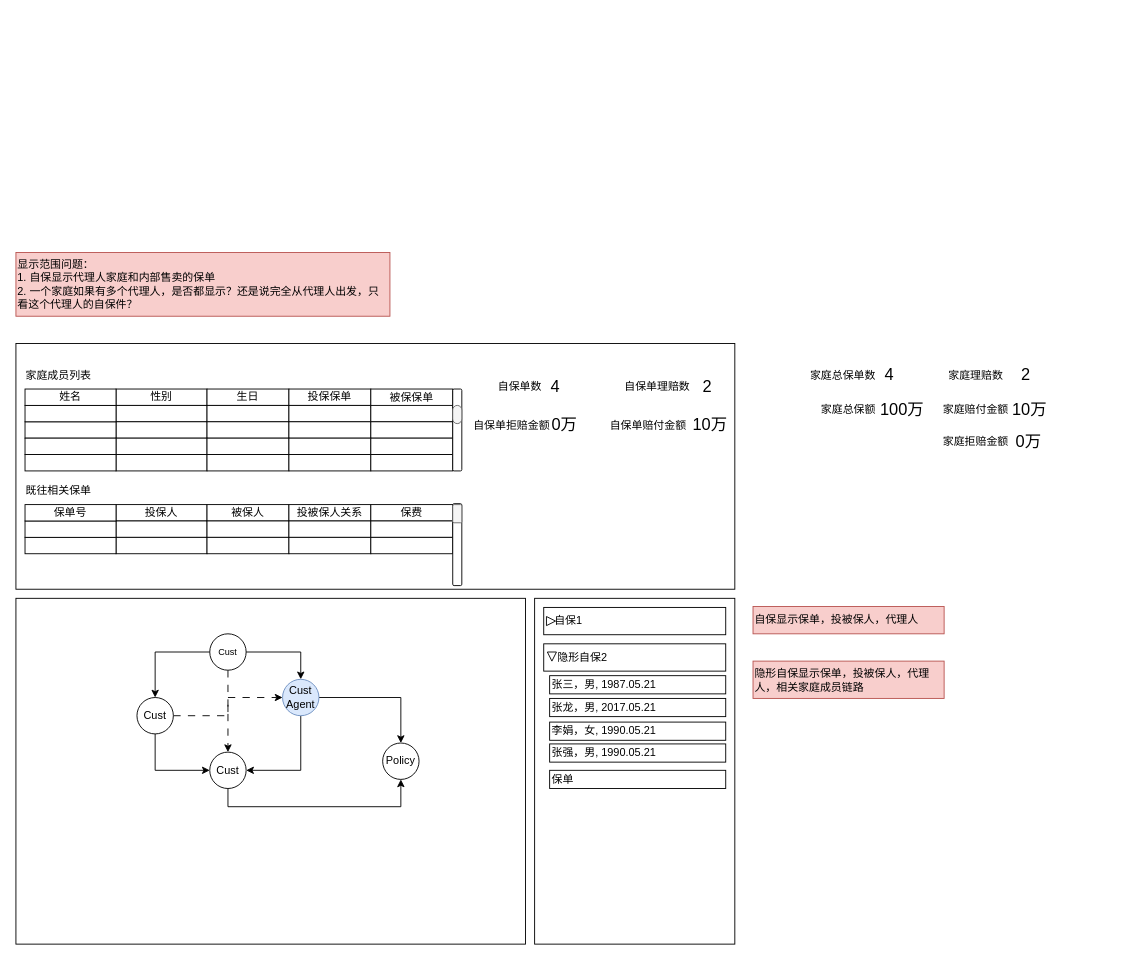
Before: page "紧密客群-自保" (6 of 8) of 友邦/ux.drawio in XiaoLiuAI/diagrams, a draw.io diagram. Source tidied: cells renumbered, new cells numbered last; positions are measured from the earlier drawing's top-left corner, leaving out a move shared by most shapes. Both pictures are drawn from the tidied source at 91%, with x=0, y=0 at pixel (15, 252).
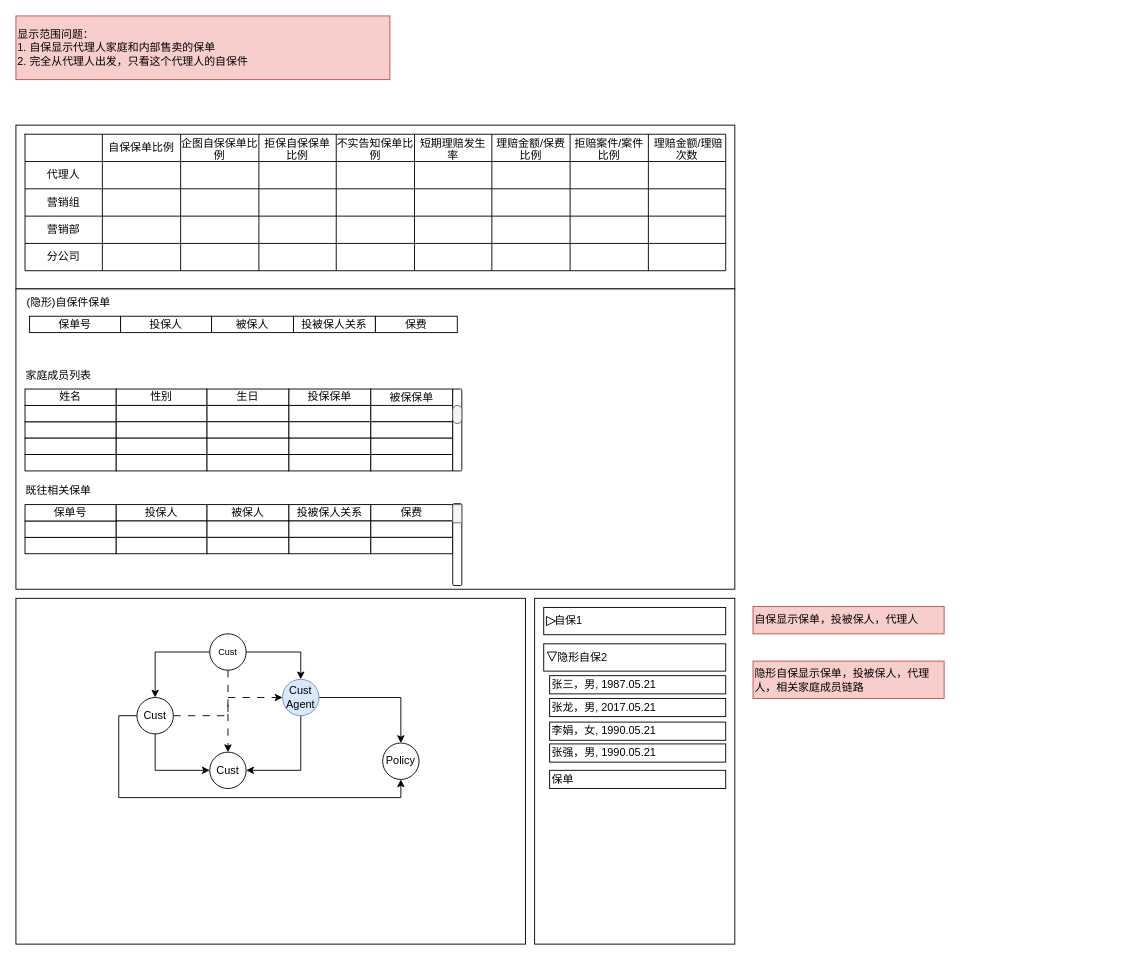
After the change.

The change refers to these unchanged cells:
```xml
<mxCell id="9" value="Cust" style="ellipse;whiteSpace=wrap;html=1;" parent="1" vertex="1">
  <mxGeometry x="133" y="489" width="40" height="40" as="geometry" />
</mxCell>
<mxCell id="23" value="Cust" style="ellipse;whiteSpace=wrap;html=1;" parent="1" vertex="1">
  <mxGeometry x="213" y="549" width="40" height="40" as="geometry" />
</mxCell>
<mxCell id="24" value="Policy" style="ellipse;whiteSpace=wrap;html=1;" parent="1" vertex="1">
  <mxGeometry x="403" y="539" width="40" height="40" as="geometry" />
</mxCell>
```

Diff of the diagram source:
```diff
@@
+    <mxCell id="102" style="rounded=0;whiteSpace=wrap;html=1;" parent="1" vertex="1">
+      <mxGeometry y="-140" width="790" height="180" as="geometry" />
+    </mxCell>
@@
-    <mxCell id="22" style="edgeStyle=orthogonalEdgeStyle;rounded=0;jettySize=auto;html=1;exitX=0.5;exitY=1;exitDx=0;exitDy=0;entryX=0.5;entryY=1;entryDx=0;entryDy=0;" parent="1" edge="1" source="23" target="24">
+    <mxCell id="22" style="edgeStyle=orthogonalEdgeStyle;rounded=0;jettySize=auto;html=1;exitX=0;exitY=0.5;exitDx=0;exitDy=0;entryX=0.5;entryY=1;entryDx=0;entryDy=0;" parent="1" edge="1" source="9" target="24">
       <mxGeometry relative="1" as="geometry" />
     </mxCell>
@@
     <mxCell id="25" style="rounded=0;whiteSpace=wrap;html=1;" parent="1" vertex="1">
-      <mxGeometry y="100" width="790" height="270" as="geometry" />
+      <mxGeometry y="40" width="790" height="330" as="geometry" />
     </mxCell>
@@
-    <mxCell id="66" value="家庭总保单数" style="text;html=1;strokeColor=none;fillColor=none;align=right;verticalAlign=middle;whiteSpace=wrap;rounded=0;" parent="1" vertex="1">
-      <mxGeometry x="856.5" y="120" width="90" height="30" as="geometry" />
-    </mxCell>
-    <mxCell id="67" value="&lt;font style=&quot;font-size: 18px;&quot;&gt;4&lt;/font&gt;" style="text;html=1;strokeColor=none;fillColor=none;align=center;verticalAlign=middle;whiteSpace=wrap;rounded=0;" parent="1" vertex="1">
-      <mxGeometry x="930" y="120" width="60" height="30" as="geometry" />
-    </mxCell>
-    <mxCell id="68" value="家庭总保额" style="text;html=1;strokeColor=none;fillColor=none;align=right;verticalAlign=middle;whiteSpace=wrap;rounded=0;" parent="1" vertex="1">
-      <mxGeometry x="856.5" y="158" width="90" height="30" as="geometry" />
-    </mxCell>
-    <mxCell id="69" value="&lt;font style=&quot;font-size: 18px;&quot;&gt;100万&lt;/font&gt;" style="text;html=1;strokeColor=none;fillColor=none;align=center;verticalAlign=middle;whiteSpace=wrap;rounded=0;" parent="1" vertex="1">
-      <mxGeometry x="944" y="158" width="60" height="30" as="geometry" />
-    </mxCell>
-    <mxCell id="70" value="家庭理赔数" style="text;html=1;strokeColor=none;fillColor=none;align=center;verticalAlign=middle;whiteSpace=wrap;rounded=0;" parent="1" vertex="1">
-      <mxGeometry x="1010" y="120" width="90" height="30" as="geometry" />
-    </mxCell>
-    <mxCell id="71" value="&lt;font style=&quot;font-size: 18px;&quot;&gt;2&lt;/font&gt;" style="text;html=1;strokeColor=none;fillColor=none;align=center;verticalAlign=middle;whiteSpace=wrap;rounded=0;" parent="1" vertex="1">
-      <mxGeometry x="1080" y="120" width="60" height="30" as="geometry" />
-    </mxCell>
-    <mxCell id="72" value="家庭赔付金额" style="text;html=1;strokeColor=none;fillColor=none;align=center;verticalAlign=middle;whiteSpace=wrap;rounded=0;" parent="1" vertex="1">
-      <mxGeometry x="1010" y="158" width="90" height="30" as="geometry" />
-    </mxCell>
-    <mxCell id="73" value="&lt;font style=&quot;font-size: 18px;&quot;&gt;10万&lt;/font&gt;" style="text;html=1;strokeColor=none;fillColor=none;align=center;verticalAlign=middle;whiteSpace=wrap;rounded=0;" parent="1" vertex="1">
-      <mxGeometry x="1084" y="158" width="60" height="30" as="geometry" />
-    </mxCell>
-    <mxCell id="74" value="家庭拒赔金额" style="text;html=1;strokeColor=none;fillColor=none;align=center;verticalAlign=middle;whiteSpace=wrap;rounded=0;" parent="1" vertex="1">
-      <mxGeometry x="1010" y="193" width="90" height="30" as="geometry" />
-    </mxCell>
-    <mxCell id="75" value="&lt;font style=&quot;font-size: 18px;&quot;&gt;0万&lt;/font&gt;" style="text;html=1;strokeColor=none;fillColor=none;align=center;verticalAlign=middle;whiteSpace=wrap;rounded=0;" parent="1" vertex="1">
-      <mxGeometry x="1083" y="193" width="60" height="30" as="geometry" />
-    </mxCell>
@@
-    <mxCell id="89" value="显示范围问题：&lt;br&gt;1. 自保显示代理人家庭和内部售卖的保单&lt;br&gt;2. 一个家庭如果有多个代理人，是否都显示？还是说完全从代理人出发，只看这个代理人的自保件？" style="text;html=1;strokeColor=#b85450;fillColor=#f8cecc;align=left;verticalAlign=middle;whiteSpace=wrap;rounded=0;" parent="1" vertex="1">
-      <mxGeometry width="411" height="70" as="geometry" />
+    <mxCell id="89" value="显示范围问题：&lt;br&gt;1. 自保显示代理人家庭和内部售卖的保单&lt;br&gt;2. 完全从代理人出发，只看这个代理人的自保件" style="text;html=1;strokeColor=#b85450;fillColor=#f8cecc;align=left;verticalAlign=middle;whiteSpace=wrap;rounded=0;" parent="1" vertex="1">
+      <mxGeometry y="-260" width="411" height="70" as="geometry" />
     </mxCell>
@@
-    <mxCell id="94" value="自保单数" style="text;html=1;strokeColor=none;fillColor=none;align=right;verticalAlign=middle;whiteSpace=wrap;rounded=0;" parent="1" vertex="1">
-      <mxGeometry x="490" y="132.5" width="90" height="30" as="geometry" />
-    </mxCell>
-    <mxCell id="95" value="&lt;font style=&quot;font-size: 18px;&quot;&gt;4&lt;/font&gt;" style="text;html=1;strokeColor=none;fillColor=none;align=center;verticalAlign=middle;whiteSpace=wrap;rounded=0;" parent="1" vertex="1">
-      <mxGeometry x="562.5" y="132.5" width="60" height="30" as="geometry" />
-    </mxCell>
-    <mxCell id="96" value="自保单理赔数" style="text;html=1;strokeColor=none;fillColor=none;align=center;verticalAlign=middle;whiteSpace=wrap;rounded=0;" parent="1" vertex="1">
-      <mxGeometry x="660" y="132.5" width="90" height="30" as="geometry" />
-    </mxCell>
-    <mxCell id="97" value="&lt;font style=&quot;font-size: 18px;&quot;&gt;2&lt;/font&gt;" style="text;html=1;strokeColor=none;fillColor=none;align=center;verticalAlign=middle;whiteSpace=wrap;rounded=0;" parent="1" vertex="1">
-      <mxGeometry x="730" y="132.5" width="60" height="30" as="geometry" />
-    </mxCell>
-    <mxCell id="98" value="自保单赔付金额" style="text;html=1;strokeColor=none;fillColor=none;align=center;verticalAlign=middle;whiteSpace=wrap;rounded=0;" parent="1" vertex="1">
-      <mxGeometry x="649.5" y="175" width="90" height="30" as="geometry" />
-    </mxCell>
-    <mxCell id="99" value="&lt;font style=&quot;font-size: 18px;&quot;&gt;10万&lt;/font&gt;" style="text;html=1;strokeColor=none;fillColor=none;align=center;verticalAlign=middle;whiteSpace=wrap;rounded=0;" parent="1" vertex="1">
-      <mxGeometry x="732.5" y="175" width="60" height="30" as="geometry" />
-    </mxCell>
-    <mxCell id="100" value="自保单拒赔金额" style="text;html=1;strokeColor=none;fillColor=none;align=center;verticalAlign=middle;whiteSpace=wrap;rounded=0;" parent="1" vertex="1">
-      <mxGeometry x="500" y="175" width="90" height="30" as="geometry" />
-    </mxCell>
-    <mxCell id="101" value="&lt;font style=&quot;font-size: 18px;&quot;&gt;0万&lt;/font&gt;" style="text;html=1;strokeColor=none;fillColor=none;align=center;verticalAlign=middle;whiteSpace=wrap;rounded=0;" parent="1" vertex="1">
-      <mxGeometry x="573" y="175" width="60" height="30" as="geometry" />
-    </mxCell>
+    <mxCell id="103" value="(隐形)自保件保单" style="text;html=1;strokeColor=none;fillColor=none;align=left;verticalAlign=middle;whiteSpace=wrap;rounded=0;" parent="1" vertex="1">
+      <mxGeometry x="10" y="40" width="100" height="30" as="geometry" />
+    </mxCell>
+    <mxCell id="104" value="投保人" style="rounded=0;whiteSpace=wrap;html=1;" parent="1" vertex="1">
+      <mxGeometry x="115" y="70" width="100" height="18" as="geometry" />
+    </mxCell>
+    <mxCell id="105" value="保单号" style="rounded=0;whiteSpace=wrap;html=1;" parent="1" vertex="1">
+      <mxGeometry x="15" y="70" width="100" height="18" as="geometry" />
+    </mxCell>
+    <mxCell id="106" value="被保人" style="rounded=0;whiteSpace=wrap;html=1;" parent="1" vertex="1">
+      <mxGeometry x="215" y="70" width="90" height="18" as="geometry" />
+    </mxCell>
+    <mxCell id="107" value="投被保人关系" style="rounded=0;whiteSpace=wrap;html=1;" parent="1" vertex="1">
+      <mxGeometry x="305" y="70" width="90" height="18" as="geometry" />
+    </mxCell>
+    <mxCell id="108" value="保费" style="rounded=0;whiteSpace=wrap;html=1;" parent="1" vertex="1">
+      <mxGeometry x="395" y="70" width="90" height="18" as="geometry" />
+    </mxCell>
+    <mxCell id="109" value="&lt;br&gt;&lt;br&gt;&lt;br&gt;&lt;br&gt;&lt;br&gt;&lt;br&gt;&lt;br&gt;" style="text;whiteSpace=wrap;html=1;align=left;" parent="1" vertex="1">
+      <mxGeometry x="1010" y="-190" width="190" height="190" as="geometry" />
+    </mxCell>
+    <mxCell id="110" style="shape=table;startSize=0;childLayout=tableLayout;" parent="1" vertex="1">
+      <mxGeometry x="10" y="-130" width="770" height="150" as="geometry" />
+    </mxCell>
+    <mxCell id="111" style="shape=tableRow;horizontal=0;startSize=0;swimlaneHead=0;swimlaneBody=0;strokeColor=inherit;top=0;left=0;bottom=0;right=0;fillColor=none;" parent="110" vertex="1">
+      <mxGeometry width="770" height="30" as="geometry" />
+    </mxCell>
+    <mxCell id="112" style="shape=partialRectangle;html=1;whiteSpace=wrap;strokeColor=inherit;overflow=hidden;fillColor=none;top=0;left=0;bottom=0;right=0;" parent="111" vertex="1">
+      <mxGeometry width="85" height="30" as="geometry" />
+    </mxCell>
+    <mxCell id="113" value="自保保单比例" style="shape=partialRectangle;html=1;whiteSpace=wrap;strokeColor=inherit;overflow=hidden;fillColor=none;top=0;left=0;bottom=0;right=0;" parent="111" vertex="1">
+      <mxGeometry x="85" width="86" height="30" as="geometry" />
+    </mxCell>
+    <mxCell id="114" value="企图自保保单比例" style="shape=partialRectangle;html=1;whiteSpace=wrap;strokeColor=inherit;overflow=hidden;fillColor=none;top=0;left=0;bottom=0;right=0;" parent="111" vertex="1">
+      <mxGeometry x="171" width="86" height="30" as="geometry" />
+    </mxCell>
+    <mxCell id="115" value="拒保自保保单比例" style="shape=partialRectangle;html=1;whiteSpace=wrap;strokeColor=inherit;overflow=hidden;fillColor=none;top=0;left=0;bottom=0;right=0;" parent="111" vertex="1">
+      <mxGeometry x="257" width="85" height="30" as="geometry" />
+    </mxCell>
+    <mxCell id="116" value="不实告知保单比例" style="shape=partialRectangle;html=1;whiteSpace=wrap;strokeColor=inherit;overflow=hidden;fillColor=none;top=0;left=0;bottom=0;right=0;" parent="111" vertex="1">
+      <mxGeometry x="342" width="86" height="30" as="geometry" />
+    </mxCell>
+    <mxCell id="117" value="短期理赔发生率" style="shape=partialRectangle;html=1;whiteSpace=wrap;strokeColor=inherit;overflow=hidden;fillColor=none;top=0;left=0;bottom=0;right=0;" parent="111" vertex="1">
+      <mxGeometry x="428" width="85" height="30" as="geometry" />
+    </mxCell>
+    <mxCell id="118" value="理赔金额/保费比例" style="shape=partialRectangle;html=1;whiteSpace=wrap;strokeColor=inherit;overflow=hidden;fillColor=none;top=0;left=0;bottom=0;right=0;" parent="111" vertex="1">
+      <mxGeometry x="513" width="86" height="30" as="geometry" />
+    </mxCell>
+    <mxCell id="119" value="拒赔案件/案件比例" style="shape=partialRectangle;html=1;whiteSpace=wrap;strokeColor=inherit;overflow=hidden;fillColor=none;top=0;left=0;bottom=0;right=0;" parent="111" vertex="1">
+      <mxGeometry x="599" width="86" height="30" as="geometry" />
+    </mxCell>
+    <mxCell id="120" value="&amp;nbsp;理赔金额/理赔次数" style="shape=partialRectangle;html=1;whiteSpace=wrap;strokeColor=inherit;overflow=hidden;fillColor=none;top=0;left=0;bottom=0;right=0;" parent="111" vertex="1">
+      <mxGeometry x="685" width="85" height="30" as="geometry" />
+    </mxCell>
+    <mxCell id="121" style="shape=tableRow;horizontal=0;startSize=0;swimlaneHead=0;swimlaneBody=0;strokeColor=inherit;top=0;left=0;bottom=0;right=0;fillColor=none;" parent="110" vertex="1">
+      <mxGeometry y="30" width="770" height="30" as="geometry" />
+    </mxCell>
+    <mxCell id="122" value="代理人" style="shape=partialRectangle;html=1;whiteSpace=wrap;strokeColor=inherit;overflow=hidden;fillColor=none;top=0;left=0;bottom=0;right=0;" parent="121" vertex="1">
+      <mxGeometry width="85" height="30" as="geometry" />
+    </mxCell>
+    <mxCell id="123" style="shape=partialRectangle;html=1;whiteSpace=wrap;strokeColor=inherit;overflow=hidden;fillColor=none;top=0;left=0;bottom=0;right=0;" parent="121" vertex="1">
+      <mxGeometry x="85" width="86" height="30" as="geometry" />
+    </mxCell>
+    <mxCell id="124" style="shape=partialRectangle;html=1;whiteSpace=wrap;strokeColor=inherit;overflow=hidden;fillColor=none;top=0;left=0;bottom=0;right=0;" parent="121" vertex="1">
+      <mxGeometry x="171" width="86" height="30" as="geometry" />
+    </mxCell>
+    <mxCell id="125" style="shape=partialRectangle;html=1;whiteSpace=wrap;strokeColor=inherit;overflow=hidden;fillColor=none;top=0;left=0;bottom=0;right=0;" parent="121" vertex="1">
+      <mxGeometry x="257" width="85" height="30" as="geometry" />
+    </mxCell>
+    <mxCell id="126" style="shape=partialRectangle;html=1;whiteSpace=wrap;strokeColor=inherit;overflow=hidden;fillColor=none;top=0;left=0;bottom=0;right=0;" parent="121" vertex="1">
+      <mxGeometry x="342" width="86" height="30" as="geometry" />
+    </mxCell>
+    <mxCell id="127" style="shape=partialRectangle;html=1;whiteSpace=wrap;strokeColor=inherit;overflow=hidden;fillColor=none;top=0;left=0;bottom=0;right=0;" parent="121" vertex="1">
+      <mxGeometry x="428" width="85" height="30" as="geometry" />
+    </mxCell>
+    <mxCell id="128" style="shape=partialRectangle;html=1;whiteSpace=wrap;strokeColor=inherit;overflow=hidden;fillColor=none;top=0;left=0;bottom=0;right=0;" parent="121" vertex="1">
+      <mxGeometry x="513" width="86" height="30" as="geometry" />
+    </mxCell>
+    <mxCell id="129" style="shape=partialRectangle;html=1;whiteSpace=wrap;strokeColor=inherit;overflow=hidden;fillColor=none;top=0;left=0;bottom=0;right=0;" parent="121" vertex="1">
+      <mxGeometry x="599" width="86" height="30" as="geometry" />
+    </mxCell>
+    <mxCell id="130" style="shape=partialRectangle;html=1;whiteSpace=wrap;strokeColor=inherit;overflow=hidden;fillColor=none;top=0;left=0;bottom=0;right=0;" parent="121" vertex="1">
+      <mxGeometry x="685" width="85" height="30" as="geometry" />
+    </mxCell>
+    <mxCell id="131" style="shape=tableRow;horizontal=0;startSize=0;swimlaneHead=0;swimlaneBody=0;strokeColor=inherit;top=0;left=0;bottom=0;right=0;fillColor=none;" parent="110" vertex="1">
+      <mxGeometry y="60" width="770" height="30" as="geometry" />
+    </mxCell>
+    <mxCell id="132" value="营销组" style="shape=partialRectangle;html=1;whiteSpace=wrap;strokeColor=inherit;overflow=hidden;fillColor=none;top=0;left=0;bottom=0;right=0;" parent="131" vertex="1">
+      <mxGeometry width="85" height="30" as="geometry" />
+    </mxCell>
+    <mxCell id="133" style="shape=partialRectangle;html=1;whiteSpace=wrap;strokeColor=inherit;overflow=hidden;fillColor=none;top=0;left=0;bottom=0;right=0;" parent="131" vertex="1">
+      <mxGeometry x="85" width="86" height="30" as="geometry" />
+    </mxCell>
+    <mxCell id="134" style="shape=partialRectangle;html=1;whiteSpace=wrap;strokeColor=inherit;overflow=hidden;fillColor=none;top=0;left=0;bottom=0;right=0;" parent="131" vertex="1">
+      <mxGeometry x="171" width="86" height="30" as="geometry" />
+    </mxCell>
+    <mxCell id="135" style="shape=partialRectangle;html=1;whiteSpace=wrap;strokeColor=inherit;overflow=hidden;fillColor=none;top=0;left=0;bottom=0;right=0;" parent="131" vertex="1">
+      <mxGeometry x="257" width="85" height="30" as="geometry" />
+    </mxCell>
+    <mxCell id="136" style="shape=partialRectangle;html=1;whiteSpace=wrap;strokeColor=inherit;overflow=hidden;fillColor=none;top=0;left=0;bottom=0;right=0;" parent="131" vertex="1">
+      <mxGeometry x="342" width="86" height="30" as="geometry" />
+    </mxCell>
+    <mxCell id="137" style="shape=partialRectangle;html=1;whiteSpace=wrap;strokeColor=inherit;overflow=hidden;fillColor=none;top=0;left=0;bottom=0;right=0;" parent="131" vertex="1">
+      <mxGeometry x="428" width="85" height="30" as="geometry" />
+    </mxCell>
+    <mxCell id="138" style="shape=partialRectangle;html=1;whiteSpace=wrap;strokeColor=inherit;overflow=hidden;fillColor=none;top=0;left=0;bottom=0;right=0;" parent="131" vertex="1">
+      <mxGeometry x="513" width="86" height="30" as="geometry" />
+    </mxCell>
+    <mxCell id="139" style="shape=partialRectangle;html=1;whiteSpace=wrap;strokeColor=inherit;overflow=hidden;fillColor=none;top=0;left=0;bottom=0;right=0;" parent="131" vertex="1">
+      <mxGeometry x="599" width="86" height="30" as="geometry" />
+    </mxCell>
+    <mxCell id="140" style="shape=partialRectangle;html=1;whiteSpace=wrap;strokeColor=inherit;overflow=hidden;fillColor=none;top=0;left=0;bottom=0;right=0;" parent="131" vertex="1">
+      <mxGeometry x="685" width="85" height="30" as="geometry" />
+    </mxCell>
+    <mxCell id="141" style="shape=tableRow;horizontal=0;startSize=0;swimlaneHead=0;swimlaneBody=0;strokeColor=inherit;top=0;left=0;bottom=0;right=0;fillColor=none;" parent="110" vertex="1">
+      <mxGeometry y="90" width="770" height="30" as="geometry" />
+    </mxCell>
+    <mxCell id="142" value="营销部" style="shape=partialRectangle;html=1;whiteSpace=wrap;strokeColor=inherit;overflow=hidden;fillColor=none;top=0;left=0;bottom=0;right=0;" parent="141" vertex="1">
+      <mxGeometry width="85" height="30" as="geometry" />
+    </mxCell>
+    <mxCell id="143" style="shape=partialRectangle;html=1;whiteSpace=wrap;strokeColor=inherit;overflow=hidden;fillColor=none;top=0;left=0;bottom=0;right=0;" parent="141" vertex="1">
+      <mxGeometry x="85" width="86" height="30" as="geometry" />
+    </mxCell>
+    <mxCell id="144" style="shape=partialRectangle;html=1;whiteSpace=wrap;strokeColor=inherit;overflow=hidden;fillColor=none;top=0;left=0;bottom=0;right=0;" parent="141" vertex="1">
+      <mxGeometry x="171" width="86" height="30" as="geometry" />
+    </mxCell>
+    <mxCell id="145" style="shape=partialRectangle;html=1;whiteSpace=wrap;strokeColor=inherit;overflow=hidden;fillColor=none;top=0;left=0;bottom=0;right=0;" parent="141" vertex="1">
+      <mxGeometry x="257" width="85" height="30" as="geometry" />
+    </mxCell>
+    <mxCell id="146" style="shape=partialRectangle;html=1;whiteSpace=wrap;strokeColor=inherit;overflow=hidden;fillColor=none;top=0;left=0;bottom=0;right=0;" parent="141" vertex="1">
+      <mxGeometry x="342" width="86" height="30" as="geometry" />
+    </mxCell>
+    <mxCell id="147" style="shape=partialRectangle;html=1;whiteSpace=wrap;strokeColor=inherit;overflow=hidden;fillColor=none;top=0;left=0;bottom=0;right=0;" parent="141" vertex="1">
+      <mxGeometry x="428" width="85" height="30" as="geometry" />
+    </mxCell>
+    <mxCell id="148" style="shape=partialRectangle;html=1;whiteSpace=wrap;strokeColor=inherit;overflow=hidden;fillColor=none;top=0;left=0;bottom=0;right=0;" parent="141" vertex="1">
+      <mxGeometry x="513" width="86" height="30" as="geometry" />
+    </mxCell>
+    <mxCell id="149" style="shape=partialRectangle;html=1;whiteSpace=wrap;strokeColor=inherit;overflow=hidden;fillColor=none;top=0;left=0;bottom=0;right=0;" parent="141" vertex="1">
+      <mxGeometry x="599" width="86" height="30" as="geometry" />
+    </mxCell>
+    <mxCell id="150" style="shape=partialRectangle;html=1;whiteSpace=wrap;strokeColor=inherit;overflow=hidden;fillColor=none;top=0;left=0;bottom=0;right=0;" parent="141" vertex="1">
+      <mxGeometry x="685" width="85" height="30" as="geometry" />
+    </mxCell>
+    <mxCell id="151" style="shape=tableRow;horizontal=0;startSize=0;swimlaneHead=0;swimlaneBody=0;strokeColor=inherit;top=0;left=0;bottom=0;right=0;fillColor=none;" parent="110" vertex="1">
+      <mxGeometry y="120" width="770" height="30" as="geometry" />
+    </mxCell>
+    <mxCell id="152" value="分公司" style="shape=partialRectangle;html=1;whiteSpace=wrap;strokeColor=inherit;overflow=hidden;fillColor=none;top=0;left=0;bottom=0;right=0;" parent="151" vertex="1">
+      <mxGeometry width="85" height="30" as="geometry" />
+    </mxCell>
+    <mxCell id="153" style="shape=partialRectangle;html=1;whiteSpace=wrap;strokeColor=inherit;overflow=hidden;fillColor=none;top=0;left=0;bottom=0;right=0;" parent="151" vertex="1">
+      <mxGeometry x="85" width="86" height="30" as="geometry" />
+    </mxCell>
+    <mxCell id="154" style="shape=partialRectangle;html=1;whiteSpace=wrap;strokeColor=inherit;overflow=hidden;fillColor=none;top=0;left=0;bottom=0;right=0;" parent="151" vertex="1">
+      <mxGeometry x="171" width="86" height="30" as="geometry" />
+    </mxCell>
+    <mxCell id="155" style="shape=partialRectangle;html=1;whiteSpace=wrap;strokeColor=inherit;overflow=hidden;fillColor=none;top=0;left=0;bottom=0;right=0;" parent="151" vertex="1">
+      <mxGeometry x="257" width="85" height="30" as="geometry" />
+    </mxCell>
+    <mxCell id="156" style="shape=partialRectangle;html=1;whiteSpace=wrap;strokeColor=inherit;overflow=hidden;fillColor=none;top=0;left=0;bottom=0;right=0;" parent="151" vertex="1">
+      <mxGeometry x="342" width="86" height="30" as="geometry" />
+    </mxCell>
+    <mxCell id="157" style="shape=partialRectangle;html=1;whiteSpace=wrap;strokeColor=inherit;overflow=hidden;fillColor=none;top=0;left=0;bottom=0;right=0;" parent="151" vertex="1">
+      <mxGeometry x="428" width="85" height="30" as="geometry" />
+    </mxCell>
+    <mxCell id="158" style="shape=partialRectangle;html=1;whiteSpace=wrap;strokeColor=inherit;overflow=hidden;fillColor=none;top=0;left=0;bottom=0;right=0;" parent="151" vertex="1">
+      <mxGeometry x="513" width="86" height="30" as="geometry" />
+    </mxCell>
+    <mxCell id="159" style="shape=partialRectangle;html=1;whiteSpace=wrap;strokeColor=inherit;overflow=hidden;fillColor=none;top=0;left=0;bottom=0;right=0;" parent="151" vertex="1">
+      <mxGeometry x="599" width="86" height="30" as="geometry" />
+    </mxCell>
+    <mxCell id="160" style="shape=partialRectangle;html=1;whiteSpace=wrap;strokeColor=inherit;overflow=hidden;fillColor=none;top=0;left=0;bottom=0;right=0;" parent="151" vertex="1">
+      <mxGeometry x="685" width="85" height="30" as="geometry" />
+    </mxCell>
```
